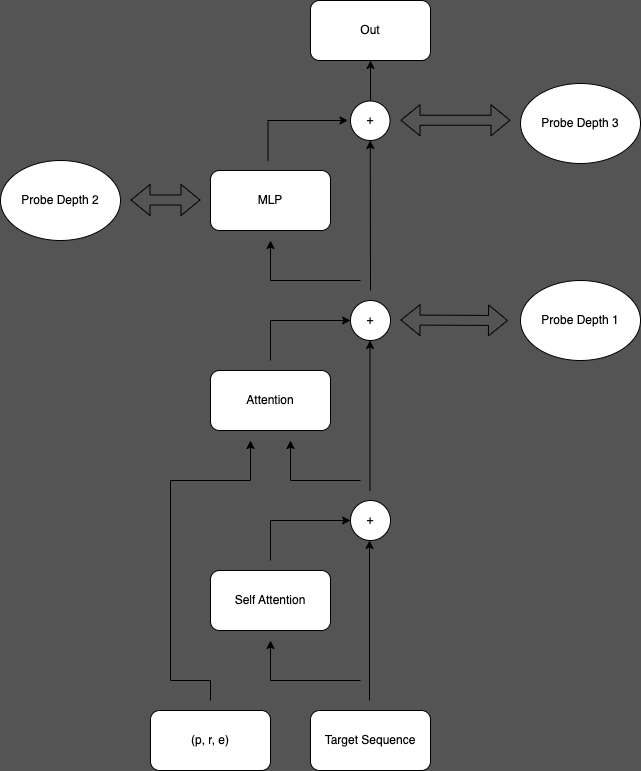
Earlier version of the draw.io export Transformer.png (AdamHoleman/K_Theory_Transformer). Source tidied: cells renumbered, new cells last; positions are measured from the earlier drawing's top-left corner, leaving out a move shared by most shapes.
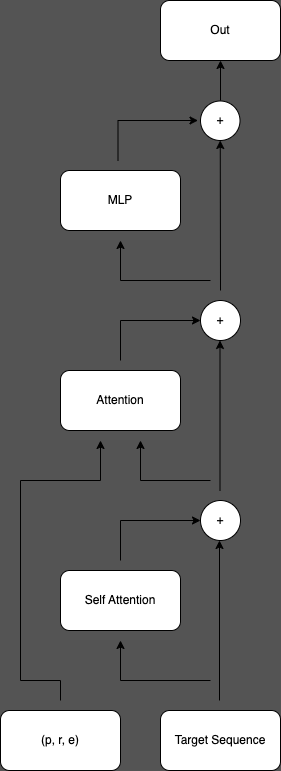
Later version of the same file.

Diff of the diagram source:
```diff
@@ -118,32 +118,5 @@
     <mxCell id="21" value="Out" style="rounded=1;whiteSpace=wrap;html=1;" parent="1" vertex="1">
       <mxGeometry x="310" width="120" height="60" as="geometry" />
     </mxCell>
-    <mxCell id="22" style="shape=flexArrow;endArrow=classic;startArrow=classic;html=1;rounded=0;" parent="1" edge="1">
-      <mxGeometry relative="1" as="geometry">
-        <mxPoint x="400" y="319.5" as="sourcePoint" />
-        <mxPoint x="507.5" y="320" as="targetPoint" />
-      </mxGeometry>
-    </mxCell>
-    <mxCell id="23" value="Probe Depth 1" style="ellipse;whiteSpace=wrap;html=1;" parent="1" vertex="1">
-      <mxGeometry x="520" y="280" width="120" height="80" as="geometry" />
-    </mxCell>
-    <mxCell id="24" value="Probe Depth 2" style="ellipse;whiteSpace=wrap;html=1;" parent="1" vertex="1">
-      <mxGeometry y="160" width="120" height="80" as="geometry" />
-    </mxCell>
-    <mxCell id="25" style="shape=flexArrow;endArrow=classic;startArrow=classic;html=1;rounded=0;" parent="1" edge="1">
-      <mxGeometry relative="1" as="geometry">
-        <mxPoint x="130" y="199.5" as="sourcePoint" />
-        <mxPoint x="200" y="199.5" as="targetPoint" />
-      </mxGeometry>
-    </mxCell>
-    <mxCell id="26" style="shape=flexArrow;endArrow=classic;startArrow=classic;html=1;rounded=0;" parent="1" edge="1">
-      <mxGeometry relative="1" as="geometry">
-        <mxPoint x="400" y="119.8" as="sourcePoint" />
-        <mxPoint x="510" y="119.8" as="targetPoint" />
-      </mxGeometry>
-    </mxCell>
-    <mxCell id="27" value="Probe Depth 3" style="ellipse;whiteSpace=wrap;html=1;" parent="1" vertex="1">
-      <mxGeometry x="520" y="83" width="120" height="80" as="geometry" />
-    </mxCell>
   </root>
 </mxGraphModel>
```
